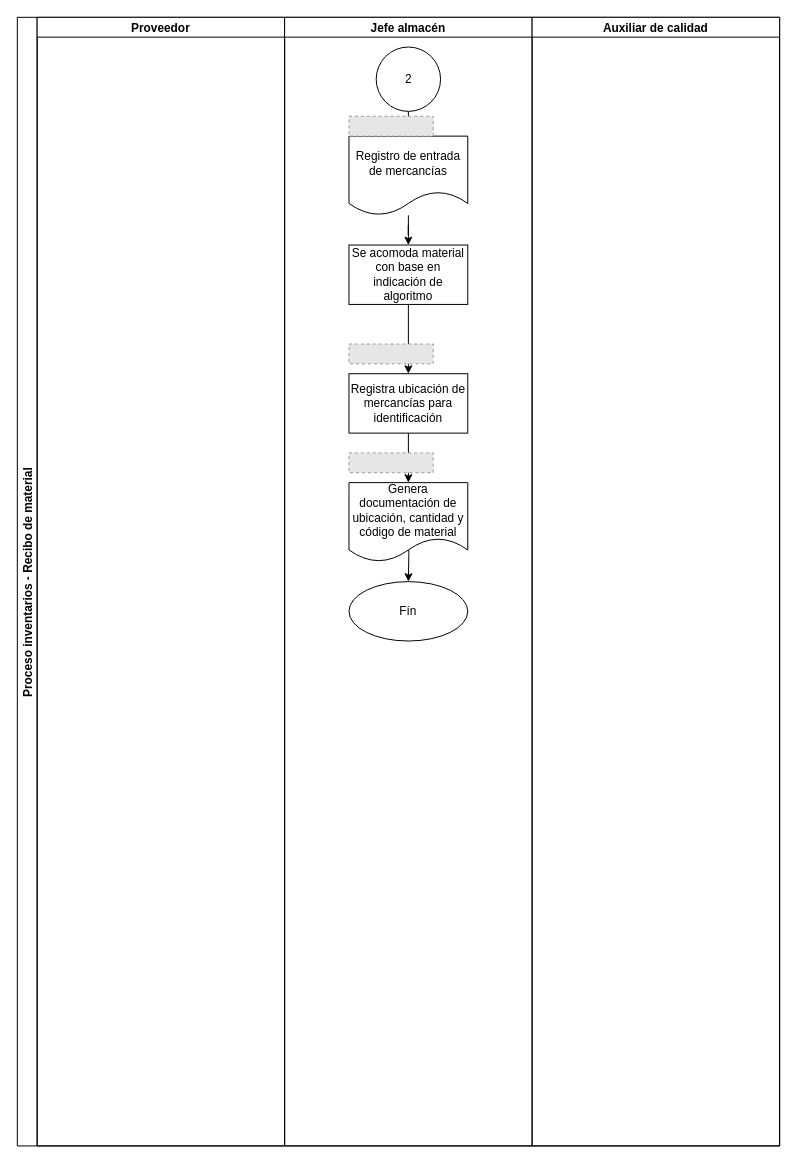
The draw.io diagram page "Page-2" (2 of 2) of 172285_Arandia_Recibo de material (adaptado).drawio in FerAran/Flowchart, before the edit. Source tidied: cells renumbered, new cells numbered last; positions are measured from the earlier drawing's top-left corner, leaving out a move shared by most shapes. Both pictures are drawn from the tidied source at 99%, with x=0, y=0 at pixel (17, 17). Pictures stored in the file or linked from it are replaced by grey dashed boxes.
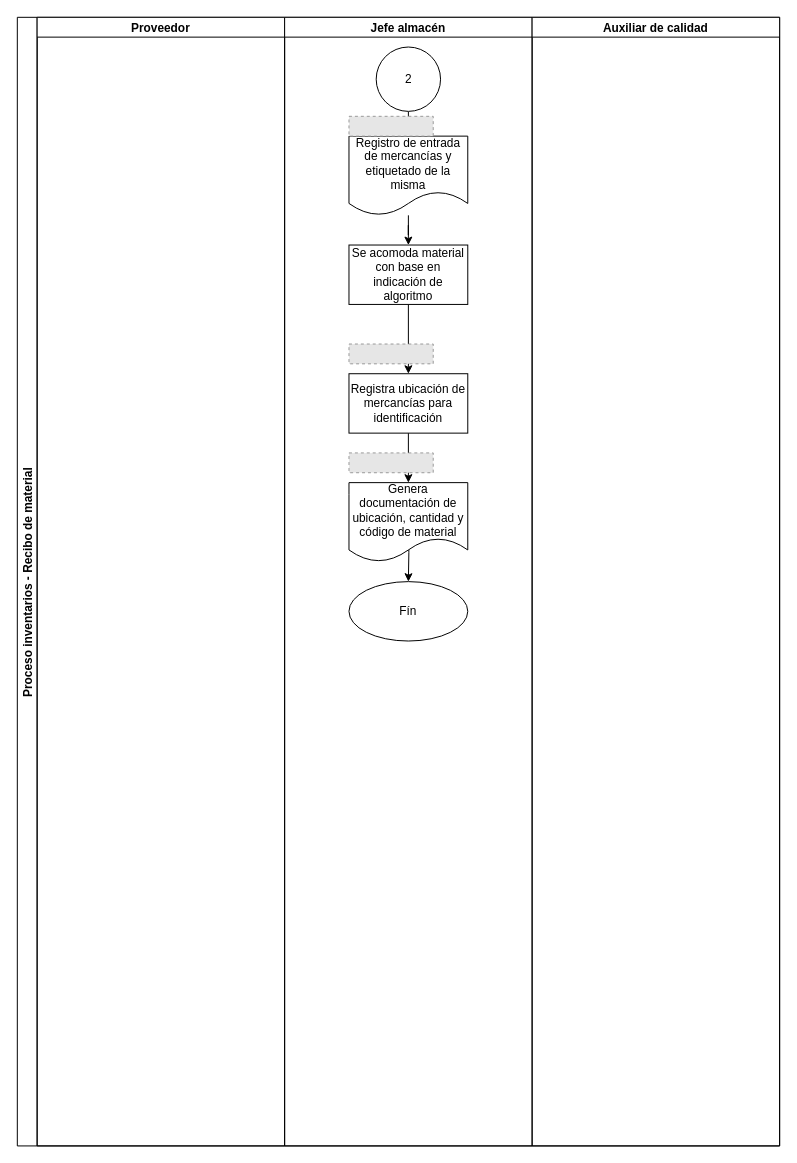
Above is the later version.

Unchanged cells that the change refers to:
```xml
<mxCell id="4" value="Jefe almacén" style="swimlane;startSize=20;" parent="2" vertex="1">
  <mxGeometry x="270" width="250" height="1140" as="geometry" />
</mxCell>
```

Change to the diagram source:
```diff
@@
-    <mxCell id="5" value="Registro de entrada de mercancías" style="shape=document;whiteSpace=wrap;html=1;boundedLbl=1;" parent="4" vertex="1">
+    <mxCell id="5" value="Registro de entrada de mercancías y etiquetado de la misma" style="shape=document;whiteSpace=wrap;html=1;boundedLbl=1;" parent="4" vertex="1">
       <mxGeometry x="65" y="120" width="120" height="80" as="geometry" />
     </mxCell>
```
